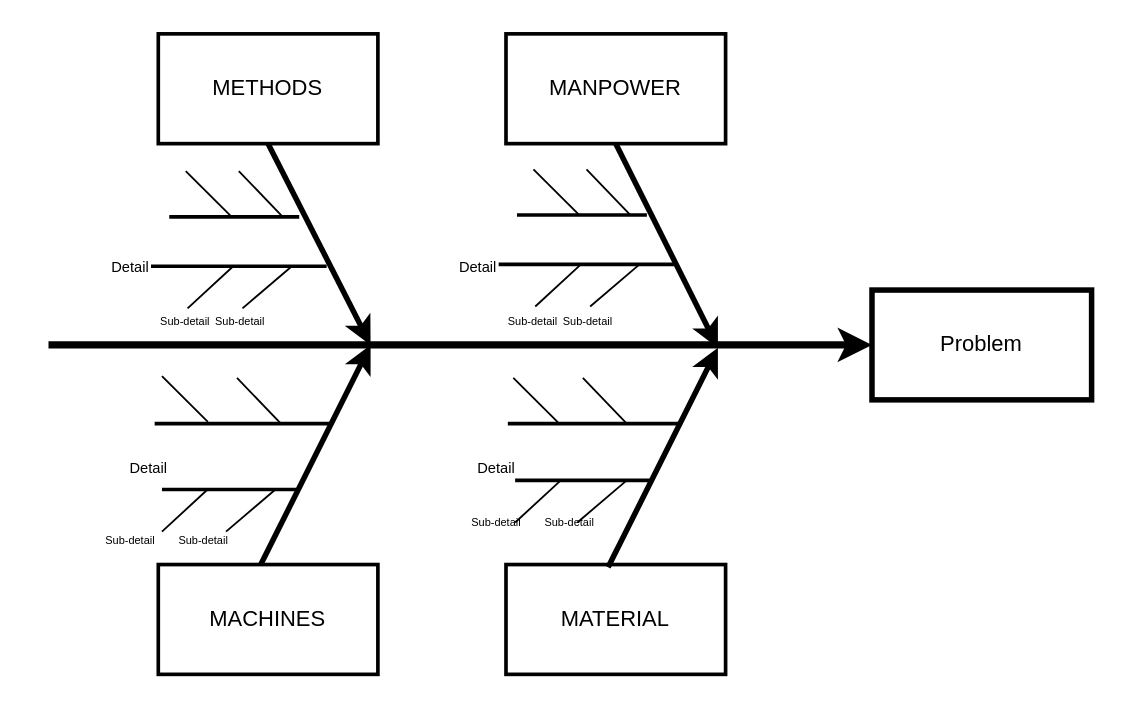
Before: Ishikawa2.drawio in doyaoencab/draw.io, a draw.io diagram. Source tidied: cells renumbered, new cells numbered last; positions are measured from the earlier drawing's top-left corner, leaving out a move shared by most shapes. Both pictures are drawn from the tidied source at 183%, with x=0, y=0 at pixel (48, 33).
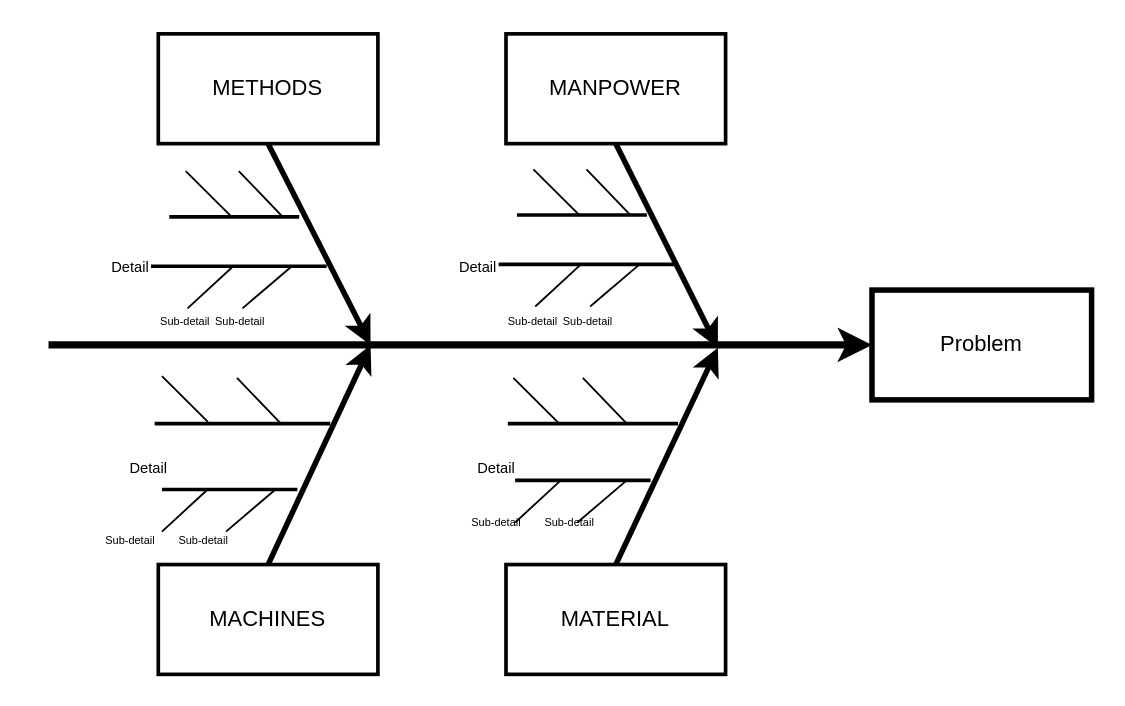
Above is the later version.

Unchanged cells that the change refers to:
```xml
<mxCell id="5" value="MACHINES" style="whiteSpace=wrap;strokeWidth=2;" parent="1" vertex="1">
  <mxGeometry x="60" y="290" width="120" height="60" as="geometry" />
</mxCell>
<mxCell id="15" value="MATERIAL" style="whiteSpace=wrap;strokeWidth=2;" parent="1" vertex="1">
  <mxGeometry x="250" y="290" width="120" height="60" as="geometry" />
</mxCell>
```

The edit, as a diff of the source:
```diff
@@
-    <mxCell id="7" style="edgeStyle=none;exitX=0.5;exitY=0;strokeWidth=3;" parent="1" edge="1">
+    <mxCell id="7" style="edgeStyle=none;exitX=0.5;exitY=0;strokeWidth=3;exitDx=0;exitDy=0;" parent="1" edge="1" source="5">
       <mxGeometry relative="1" as="geometry">
-        <mxPoint x="116" y="290" as="sourcePoint" />
         <mxPoint x="176" y="170" as="targetPoint" />
       </mxGeometry>
     </mxCell>
@@
-    <mxCell id="17" style="edgeStyle=none;exitX=0.5;exitY=0;strokeWidth=3;" parent="1" edge="1">
+    <mxCell id="17" style="edgeStyle=none;exitX=0.5;exitY=0;strokeWidth=3;exitDx=0;exitDy=0;" parent="1" edge="1" source="15">
       <mxGeometry relative="1" as="geometry">
-        <mxPoint x="305.8" y="291.5" as="sourcePoint" />
         <mxPoint x="365.8" y="171.5" as="targetPoint" />
       </mxGeometry>
     </mxCell>
```
